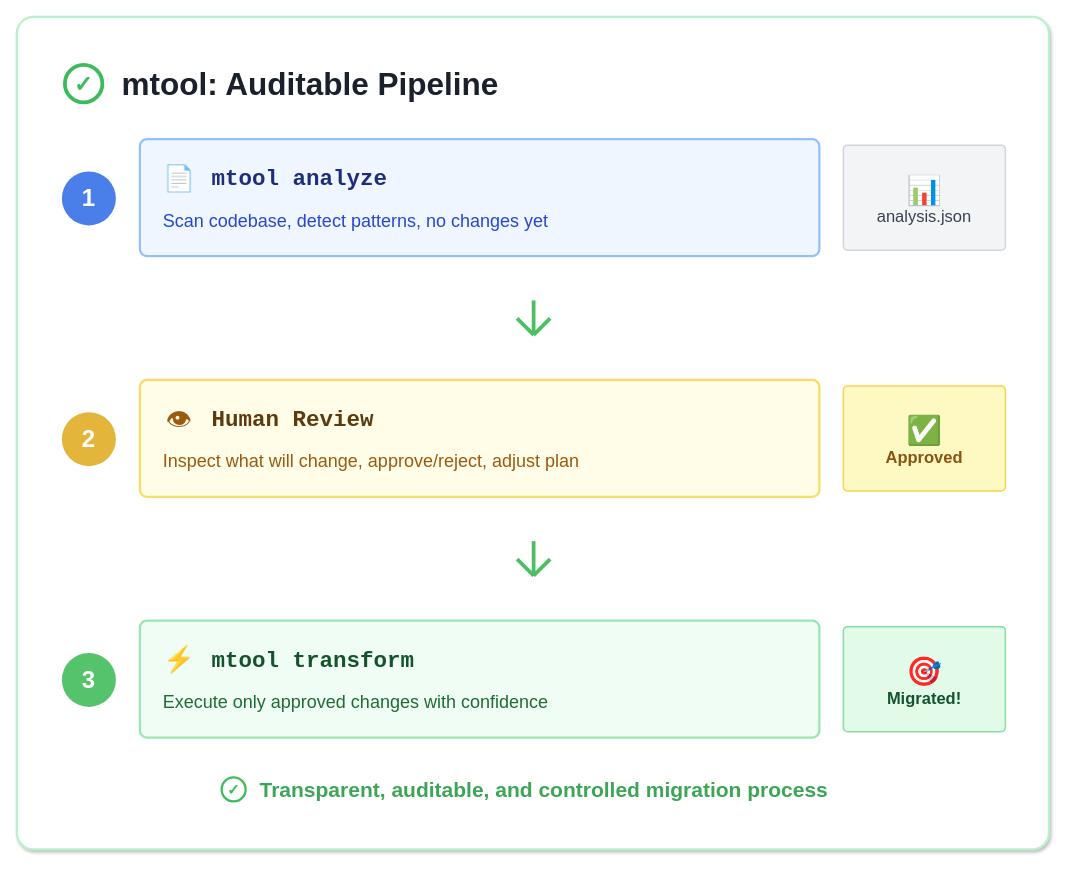
Earlier version of the draw.io diagram page "slide-02-mtool-pipeline" (1 of 12) of slides/diagrams/quarkit-ai.drawio (snowdrop/quarkus-insights-269). Source tidied: cells renumbered, new cells numbered last; positions are measured from the earlier drawing's top-left corner, leaving out a move shared by most shapes. Both pictures are drawn from the tidied source at 75%, with x=0, y=0 at pixel (16, 16).
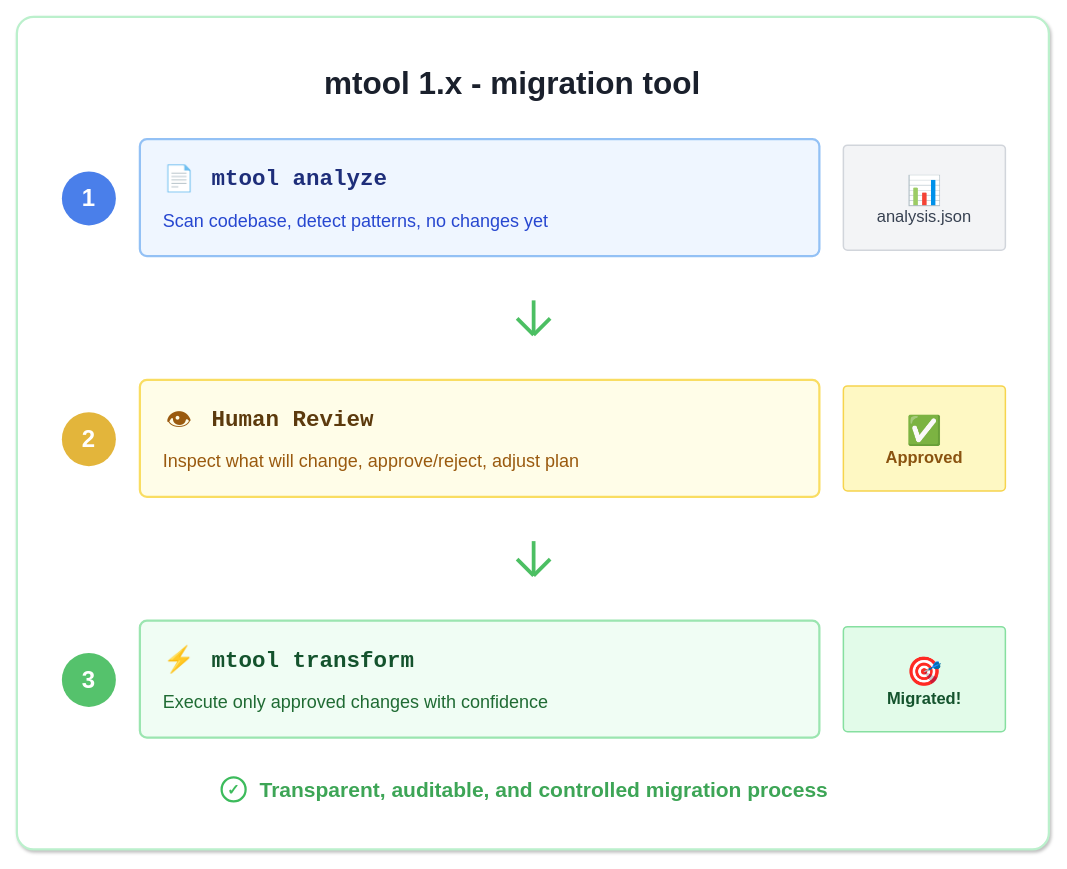
Above is the later version.

What changed in the source:
```diff
@@
-    <mxCell id="3" value="✓" style="ellipse;whiteSpace=wrap;html=1;fillColor=none;strokeColor=#3DBB5C;strokeWidth=5;fontColor=#3DBB5C;fontSize=30;fontStyle=1;fontFamily=Helvetica;" parent="1" vertex="1">
-      <mxGeometry x="64" y="64" width="50" height="50" as="geometry" />
-    </mxCell>
-    <mxCell id="4" value="mtool: Auditable Pipeline" style="text;html=1;align=left;verticalAlign=middle;fontSize=42;fontStyle=1;fontColor=#1A202C;fontFamily=Helvetica;" parent="1" vertex="1">
-      <mxGeometry x="138" y="60" width="600" height="60" as="geometry" />
+    <mxCell id="4" value="mtool 1.x - migration tool" style="text;html=1;align=left;verticalAlign=middle;fontSize=42;fontStyle=1;fontColor=#1A202C;fontFamily=Helvetica;" parent="1" vertex="1">
+      <mxGeometry x="408" y="59" width="600" height="60" as="geometry" />
     </mxCell>
```
